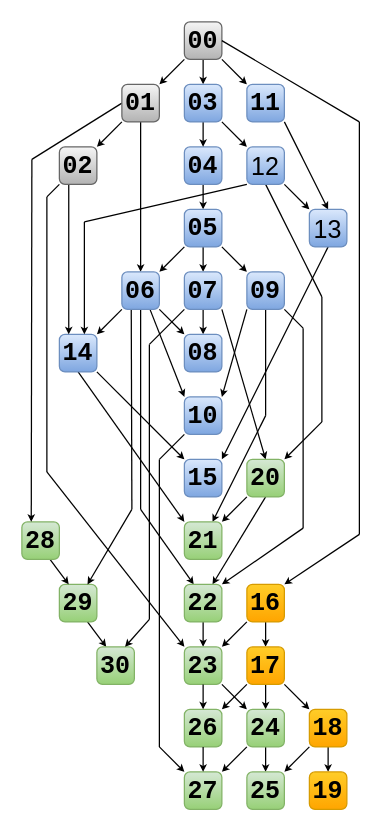
Earlier version of the draw.io diagram RepresentationTheory/misc/library_structure.drawio (naproche/FLib). Source tidied: cells renumbered, new cells numbered last; positions are measured from the earlier drawing's top-left corner, leaving out a move shared by most shapes. Both pictures are drawn from the tidied source at 125%, with x=0, y=0 at pixel (21, 21).
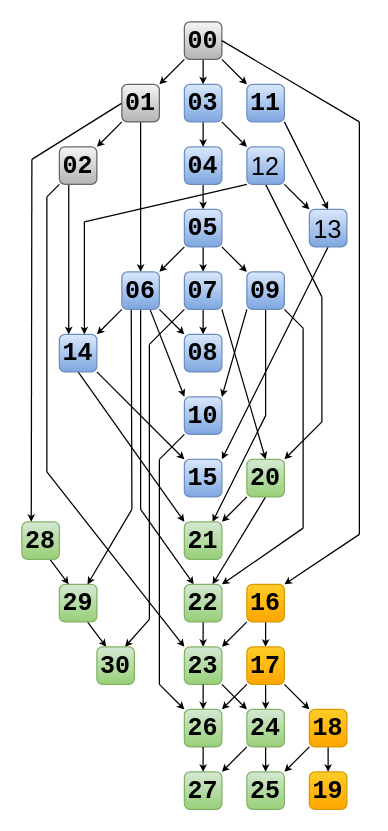
After the change.

Unchanged cells that the change refers to:
```xml
<mxCell id="89" value="&lt;span style=&quot;font-size: 20px&quot;&gt;26&lt;/span&gt;" style="whiteSpace=wrap;html=1;rounded=1;fontFamily=Courier New;fontStyle=1;fillColor=#d5e8d4;strokeColor=#82b366;gradientColor=#97d077;" parent="1" vertex="1">
  <mxGeometry x="130" y="550" width="30" height="30" as="geometry" />
</mxCell>
<mxCell id="93" value="&lt;span style=&quot;font-size: 20px&quot;&gt;27&lt;/span&gt;" style="whiteSpace=wrap;html=1;rounded=1;fontFamily=Courier New;fontStyle=1;fillColor=#d5e8d4;strokeColor=#82b366;gradientColor=#97d077;" parent="1" vertex="1">
  <mxGeometry x="130" y="600" width="30" height="30" as="geometry" />
</mxCell>
```

Change to the diagram source:
```diff
@@
     <mxCell id="96" style="edgeStyle=none;rounded=0;orthogonalLoop=1;jettySize=auto;html=1;endSize=3;endArrow=none;endFill=0;" parent="1" edge="1">
       <mxGeometry relative="1" as="geometry">
         <mxPoint x="110" y="350" as="sourcePoint" />
-        <mxPoint x="110" y="580" as="targetPoint" />
+        <mxPoint x="110" y="530" as="targetPoint" />
       </mxGeometry>
     </mxCell>
-    <mxCell id="97" style="jettySize=auto;html=1;exitX=1;exitY=1;exitDx=0;exitDy=0;rounded=0;endArrow=classic;endFill=1;endSize=3;entryX=0;entryY=0;entryDx=0;entryDy=0;" parent="1" edge="1" target="93">
-      <mxGeometry relative="1" as="geometry">
-        <mxPoint x="110" y="580" as="sourcePoint" />
-      </mxGeometry>
-    </mxCell>
@@
+    <mxCell id="101" style="jettySize=auto;html=1;exitX=1;exitY=1;exitDx=0;exitDy=0;fontFamily=Courier New;rounded=0;endArrow=classic;endFill=1;endSize=3;entryX=0;entryY=0;entryDx=0;entryDy=0;" parent="1" edge="1" target="89">
+      <mxGeometry relative="1" as="geometry">
+        <mxPoint x="110" y="530" as="sourcePoint" />
+      </mxGeometry>
+    </mxCell>
```
